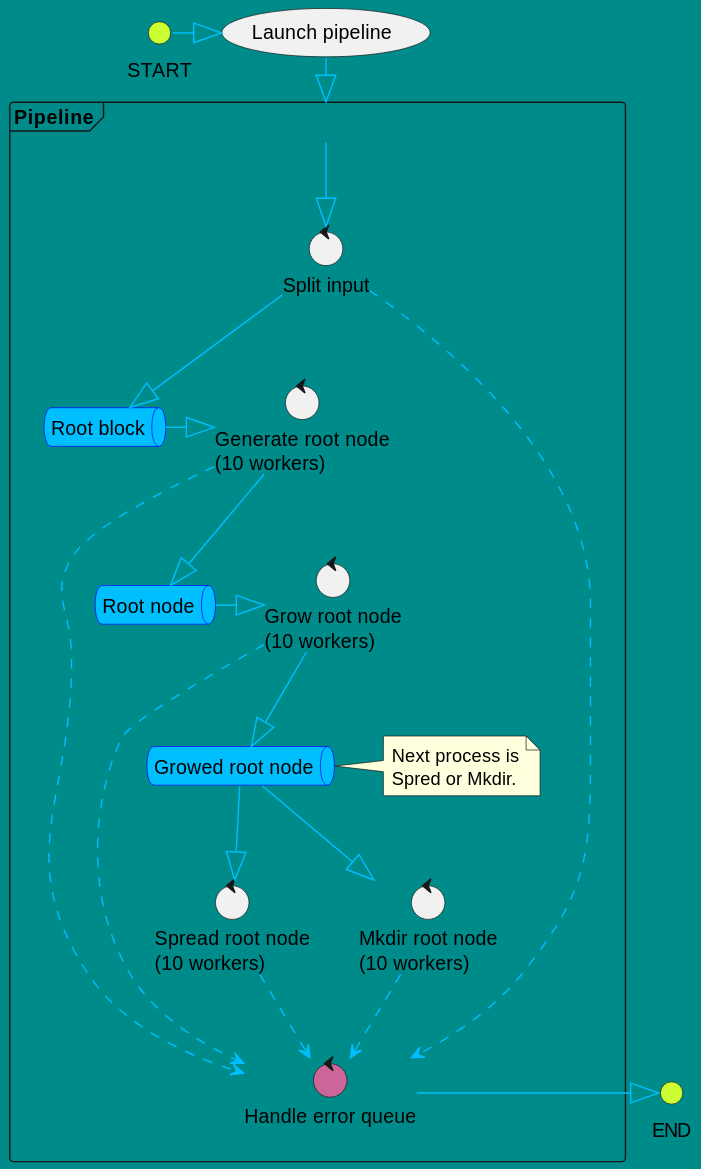
Earlier version of the PlantUML export assets/process.svg (ddddddO/gtree).
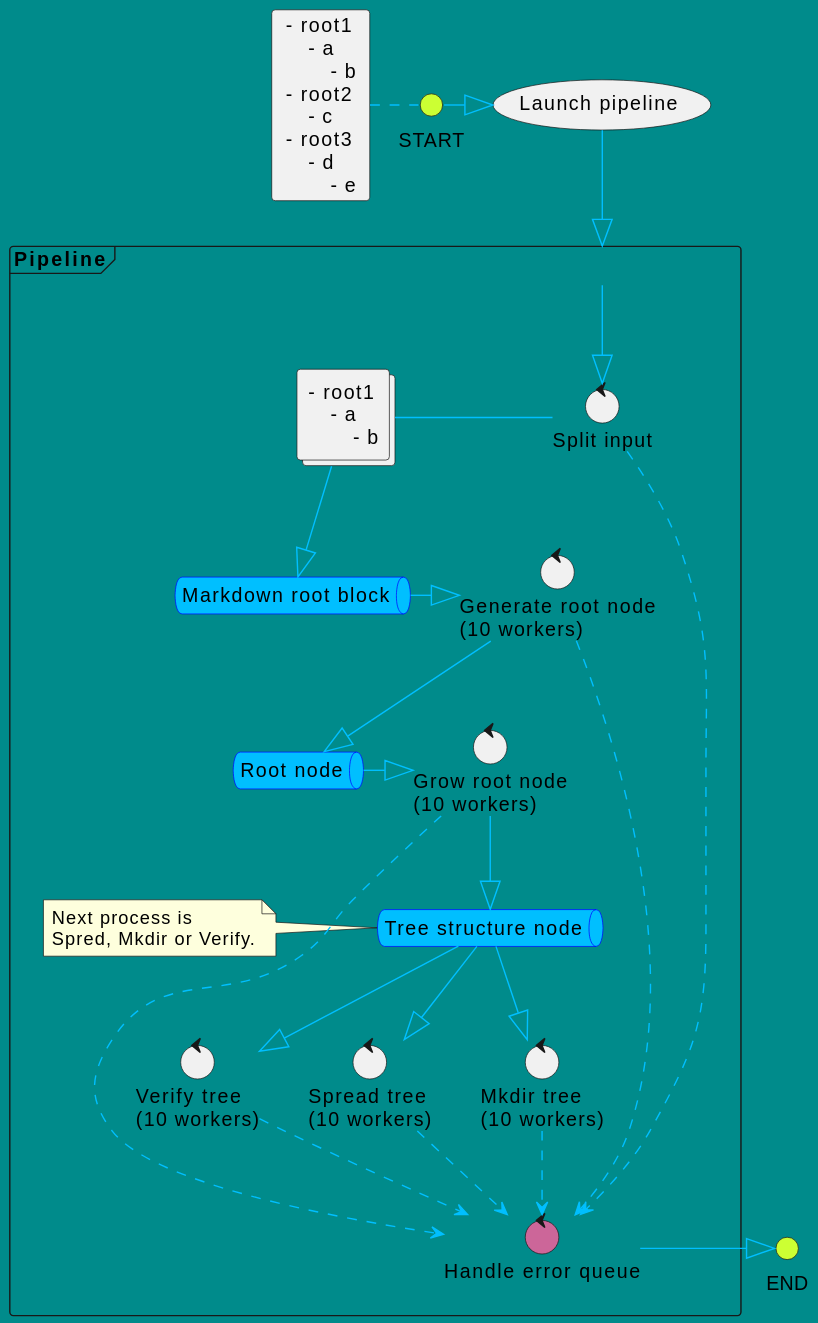
Later version of the same file.

Commit message:
verify worker

Change to the diagram source:
```diff
@@ -11,45 +11,61 @@
 
 
 interface "START" as start
+card markdown [
+- root1
+    - a
+        - b
+- root2
+    - c
+- root3
+    - d
+        - e
+]
 
 (Launch pipeline) as init
 
 frame "Pipeline" as pipeline {
   control "Split input" as split_proc
+  collections "- root1\n    - a\n        - b" as splited
   control "Generate root node\n(10 workers)" as generate_root_worker
   control "Grow root node\n(10 workers)" as grow_worker
-  control "Spread root node\n(10 workers)" as spread_worker
-  control "Mkdir root node\n(10 workers)" as mkdir_worker
+  control "Spread tree\n(10 workers)" as spread_worker
+  control "Mkdir tree\n(10 workers)" as mkdir_worker
+  control "Verify tree\n(10 workers)" as verify_worker
   control "Handle error queue" as error_handler #CC6699
 
-  queue "Root block" as split_q
+  queue "Markdown root block" as split_q
   queue "Root node" as root_q
-  queue "Growed root node" as growing_q
-  note right of growing_q
+  queue "Tree structure node" as growing_q
+  note left of growing_q
   Next process is
-  Spred or Mkdir.
+  Spred, Mkdir or Verify.
   end note
 }
 
 interface "END" as end
 
 
+markdown . start
 start -|> init
 init --|> pipeline
 pipeline --|> split_proc
-split_proc --|> split_q
+split_proc - splited
+splited --|> split_q
 split_q -|> generate_root_worker
 generate_root_worker --|> root_q
 root_q -|> grow_worker
 grow_worker --|> growing_q
-growing_q -|> spread_worker
+growing_q --|> spread_worker
 growing_q --|> mkdir_worker
+growing_q --|> verify_worker
 
 split_proc ..> error_handler
 generate_root_worker ..> error_handler
 grow_worker ..> error_handler
 spread_worker ..> error_handler
 mkdir_worker ..> error_handler
+verify_worker ..> error_handler
 
 error_handler -|> end
 @enduml
```
